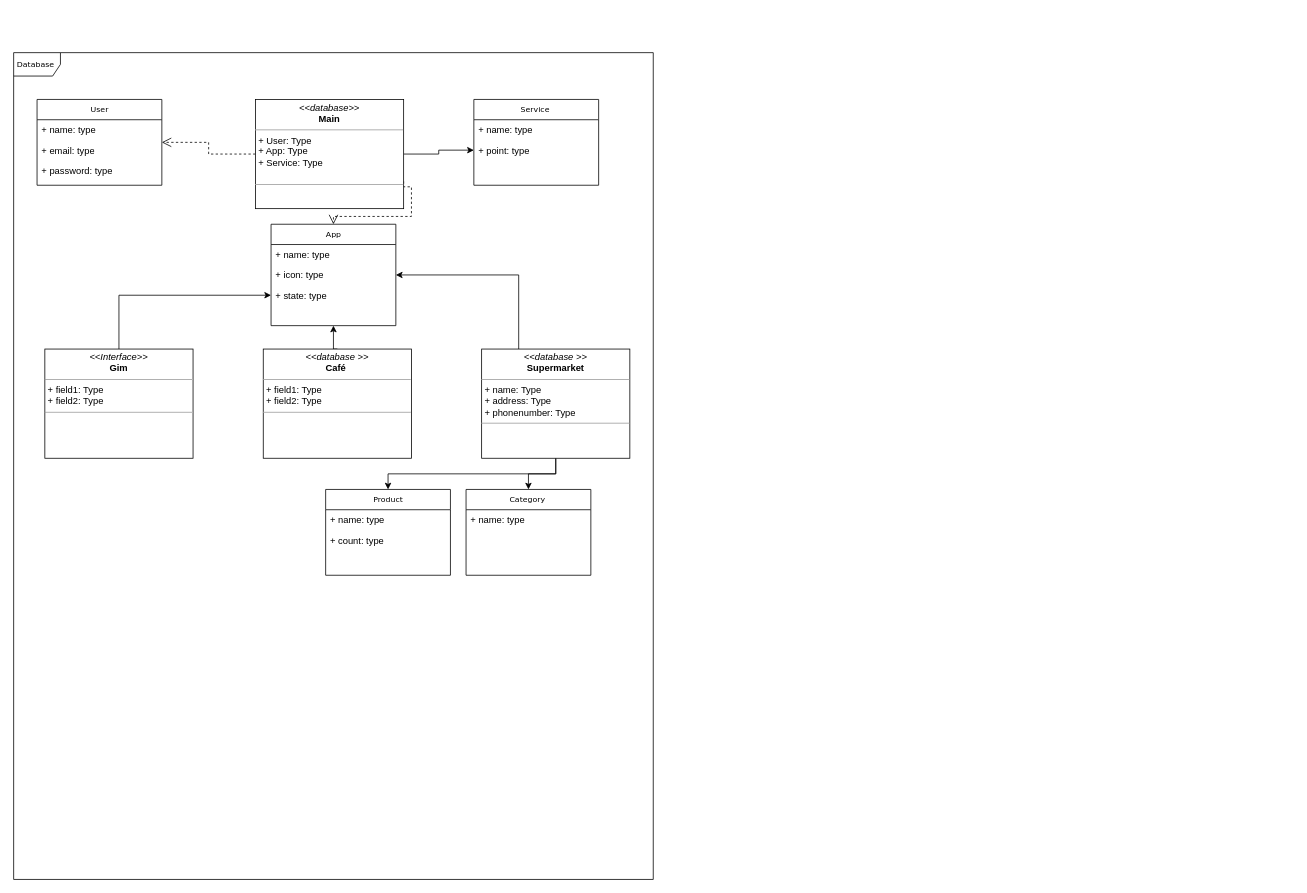
Before: Untitled Diagram.drawio in HassanKadhim/E-Tech, a draw.io diagram. Source tidied: cells renumbered, new cells numbered last; positions are measured from the earlier drawing's top-left corner, leaving out a move shared by most shapes. Both pictures are drawn from the tidied source at 78%, with x=0, y=0 at pixel (13, 52).
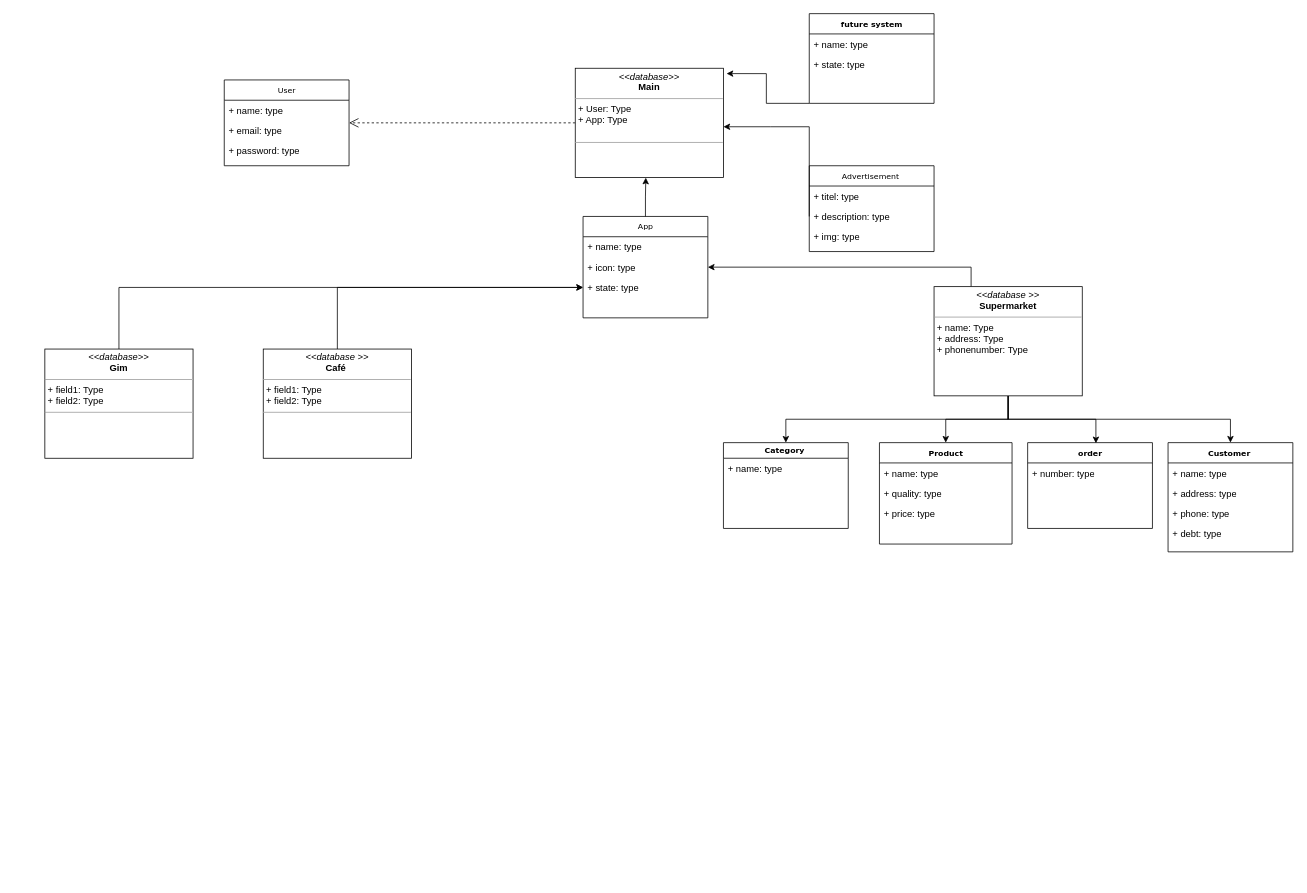
The same diagram, later.

Unchanged cells that the change refers to:
```xml
<mxCell id="10" value="+ state: type" style="text;html=1;strokeColor=none;fillColor=none;align=left;verticalAlign=top;spacingLeft=4;spacingRight=4;whiteSpace=wrap;overflow=hidden;points=[[0,0.5],[1,0.5]];portConstraint=eastwest;" parent="7" vertex="1">
  <mxGeometry y="78" width="160" height="26" as="geometry" />
</mxCell>
<mxCell id="20" value="&lt;p style=&quot;margin:0px;margin-top:4px;text-align:center;&quot;&gt;&lt;i&gt;&amp;lt;&amp;lt;database &amp;gt;&amp;gt;&lt;/i&gt;&lt;br&gt;&lt;b&gt;Café&amp;nbsp;&lt;/b&gt;&lt;/p&gt;&lt;hr size=&quot;1&quot;&gt;&lt;p style=&quot;margin:0px;margin-left:4px;&quot;&gt;+ field1: Type&lt;br&gt;+ field2: Type&lt;/p&gt;&lt;hr size=&quot;1&quot;&gt;&lt;p style=&quot;margin:0px;margin-left:4px;&quot;&gt;&lt;br&gt;&lt;/p&gt;" style="verticalAlign=top;align=left;overflow=fill;fontSize=12;fontFamily=Helvetica;html=1;rounded=0;shadow=0;comic=0;labelBackgroundColor=none;strokeWidth=1;" parent="1" vertex="1">
  <mxGeometry x="320" y="380" width="190" height="140" as="geometry" />
</mxCell>
```

The edit, as a diff of the source:
```diff
@@
-    <mxCell id="2" value="Database&amp;nbsp;" style="shape=umlFrame;whiteSpace=wrap;html=1;rounded=0;shadow=0;comic=0;labelBackgroundColor=none;strokeWidth=1;fontFamily=Verdana;fontSize=10;align=center;" parent="1" vertex="1">
-      <mxGeometry width="820" height="1060" as="geometry" />
-    </mxCell>
     <mxCell id="3" value="User" style="swimlane;html=1;fontStyle=0;horizontal=1;startSize=26;fillColor=none;swimlaneFillColor=#ffffff;rounded=0;shadow=0;comic=0;labelBackgroundColor=none;strokeWidth=1;fontFamily=Verdana;fontSize=10;align=center;" parent="1" vertex="1">
-      <mxGeometry x="30" y="60" width="160" height="110" as="geometry" />
+      <mxGeometry x="270" y="35" width="160" height="110" as="geometry" />
     </mxCell>
@@
+    <mxCell id="31" style="edgeStyle=orthogonalEdgeStyle;rounded=0;jettySize=auto;html=1;exitX=0.5;exitY=0;exitDx=0;exitDy=0;entryX=0.476;entryY=1.002;entryDx=0;entryDy=0;entryPerimeter=0;" parent="1" edge="1" source="7" target="18">
+      <mxGeometry relative="1" as="geometry" />
+    </mxCell>
     <mxCell id="7" value="App" style="swimlane;html=1;fontStyle=0;horizontal=1;startSize=26;fillColor=none;swimlaneFillColor=#ffffff;rounded=0;shadow=0;comic=0;labelBackgroundColor=none;strokeWidth=1;fontFamily=Verdana;fontSize=10;align=center;" parent="1" vertex="1">
-      <mxGeometry x="330" y="220" width="160" height="130" as="geometry" />
+      <mxGeometry x="730" y="210" width="160" height="130" as="geometry" />
     </mxCell>
@@
+    <mxCell id="32" style="edgeStyle=orthogonalEdgeStyle;rounded=0;jettySize=auto;html=1;exitX=0.5;exitY=1;exitDx=0;exitDy=0;entryX=0.547;entryY=0.007;entryDx=0;entryDy=0;entryPerimeter=0;" parent="1" edge="1" source="14" target="35">
+      <mxGeometry relative="1" as="geometry" />
+    </mxCell>
+    <mxCell id="33" style="edgeStyle=orthogonalEdgeStyle;rounded=0;jettySize=auto;html=1;exitX=0.5;exitY=1;exitDx=0;exitDy=0;entryX=0.5;entryY=0;entryDx=0;entryDy=0;" parent="1" edge="1" source="14" target="42">
+      <mxGeometry relative="1" as="geometry" />
+    </mxCell>
-    <mxCell id="14" value="&lt;p style=&quot;margin:0px;margin-top:4px;text-align:center;&quot;&gt;&lt;i&gt;&amp;lt;&amp;lt;database &amp;gt;&amp;gt;&lt;/i&gt;&lt;br&gt;&lt;b&gt;Supermarket&lt;/b&gt;&lt;/p&gt;&lt;hr size=&quot;1&quot;&gt;&lt;p style=&quot;margin:0px;margin-left:4px;&quot;&gt;+ name: Type&lt;br&gt;+ address: Type&lt;/p&gt;&lt;p style=&quot;margin:0px;margin-left:4px;&quot;&gt;+ phonenumber: Type&lt;br&gt;&lt;/p&gt;&lt;hr size=&quot;1&quot;&gt;&lt;p style=&quot;margin:0px;margin-left:4px;&quot;&gt;&lt;br&gt;&lt;/p&gt;" style="verticalAlign=top;align=left;overflow=fill;fontSize=12;fontFamily=Helvetica;html=1;rounded=0;shadow=0;comic=0;labelBackgroundColor=none;strokeWidth=1;" parent="1" vertex="1">
-      <mxGeometry x="600" y="380" width="190" height="140" as="geometry" />
+    <mxCell id="14" value="&lt;p style=&quot;margin:0px;margin-top:4px;text-align:center;&quot;&gt;&lt;i&gt;&amp;lt;&amp;lt;database &amp;gt;&amp;gt;&lt;/i&gt;&lt;br&gt;&lt;b&gt;Supermarket&lt;/b&gt;&lt;/p&gt;&lt;hr size=&quot;1&quot;&gt;&lt;p style=&quot;margin:0px;margin-left:4px;&quot;&gt;+ name: Type&lt;br&gt;+ address: Type&lt;/p&gt;&lt;p style=&quot;margin:0px;margin-left:4px;&quot;&gt;+ phonenumber: Type&lt;br&gt;&lt;/p&gt;&lt;p style=&quot;margin:0px;margin-left:4px;&quot;&gt;&lt;br&gt;&lt;/p&gt;" style="verticalAlign=top;align=left;overflow=fill;fontSize=12;fontFamily=Helvetica;html=1;rounded=0;shadow=0;comic=0;labelBackgroundColor=none;strokeWidth=1;" parent="1" vertex="1">
+      <mxGeometry x="1180" y="300" width="190" height="140" as="geometry" />
     </mxCell>
@@
-    <mxCell id="16" style="edgeStyle=orthogonalEdgeStyle;rounded=0;html=1;exitX=1;exitY=0.75;dashed=1;labelBackgroundColor=none;startFill=0;endArrow=open;endFill=0;endSize=10;fontFamily=Verdana;fontSize=10;" parent="1" edge="1" source="18" target="7">
-      <mxGeometry relative="1" as="geometry">
-        <Array as="points">
-          <mxPoint x="500" y="172" />
-          <mxPoint x="510" y="172" />
-          <mxPoint x="510" y="210" />
-          <mxPoint x="410" y="210" />
-        </Array>
-      </mxGeometry>
-    </mxCell>
-    <mxCell id="17" style="edgeStyle=orthogonalEdgeStyle;rounded=0;jettySize=auto;html=1;exitX=1;exitY=0.5;exitDx=0;exitDy=0;entryX=0;entryY=0.5;entryDx=0;entryDy=0;" parent="1" edge="1" source="18" target="25">
-      <mxGeometry relative="1" as="geometry" />
-    </mxCell>
-    <mxCell id="18" value="&lt;p style=&quot;margin:0px;margin-top:4px;text-align:center;&quot;&gt;&lt;i&gt;&amp;lt;&amp;lt;database&amp;gt;&amp;gt;&lt;/i&gt;&lt;br&gt;&lt;b&gt;Main&lt;/b&gt;&lt;/p&gt;&lt;hr size=&quot;1&quot;&gt;&lt;p style=&quot;margin:0px;margin-left:4px;&quot;&gt;+ User: Type&lt;br&gt;+ App: Type&lt;/p&gt;&lt;p style=&quot;margin:0px;margin-left:4px;&quot;&gt;+ Service: Type&lt;br&gt;&lt;/p&gt;&lt;div&gt;&lt;br&gt;&lt;/div&gt;&lt;hr size=&quot;1&quot;&gt;&lt;p style=&quot;margin:0px;margin-left:4px;&quot;&gt;&lt;br&gt;&lt;/p&gt;" style="verticalAlign=top;align=left;overflow=fill;fontSize=12;fontFamily=Helvetica;html=1;rounded=0;shadow=0;comic=0;labelBackgroundColor=none;strokeWidth=1;" parent="1" vertex="1">
-      <mxGeometry x="310" y="60" width="190" height="140" as="geometry" />
+    <mxCell id="18" value="&lt;p style=&quot;margin:0px;margin-top:4px;text-align:center;&quot;&gt;&lt;i&gt;&amp;lt;&amp;lt;database&amp;gt;&amp;gt;&lt;/i&gt;&lt;br&gt;&lt;b&gt;Main&lt;/b&gt;&lt;/p&gt;&lt;hr size=&quot;1&quot;&gt;&lt;p style=&quot;margin:0px;margin-left:4px;&quot;&gt;+ User: Type&lt;br&gt;+ App: Type&lt;/p&gt;&lt;p style=&quot;margin:0px;margin-left:4px;&quot;&gt;&lt;br&gt;&lt;/p&gt;&lt;hr size=&quot;1&quot;&gt;&lt;p style=&quot;margin:0px;margin-left:4px;&quot;&gt;&lt;br&gt;&lt;/p&gt;" style="verticalAlign=top;align=left;overflow=fill;fontSize=12;fontFamily=Helvetica;html=1;rounded=0;shadow=0;comic=0;labelBackgroundColor=none;strokeWidth=1;" parent="1" vertex="1">
+      <mxGeometry x="720" y="20" width="190" height="140" as="geometry" />
     </mxCell>
-    <mxCell id="19" style="edgeStyle=orthogonalEdgeStyle;rounded=0;jettySize=auto;html=1;exitX=0.5;exitY=0;exitDx=0;exitDy=0;entryX=0.5;entryY=1;entryDx=0;entryDy=0;" parent="1" edge="1" source="20" target="7">
+    <mxCell id="19" style="edgeStyle=orthogonalEdgeStyle;rounded=0;jettySize=auto;html=1;exitX=0.5;exitY=0;exitDx=0;exitDy=0;entryX=0;entryY=0.5;entryDx=0;entryDy=0;" parent="1" edge="1" source="20" target="10">
       <mxGeometry relative="1" as="geometry" />
     </mxCell>
@@
-    <mxCell id="22" value="&lt;p style=&quot;margin:0px;margin-top:4px;text-align:center;&quot;&gt;&lt;i&gt;&amp;lt;&amp;lt;Interface&amp;gt;&amp;gt;&lt;/i&gt;&lt;br&gt;&lt;b&gt;Gim&lt;/b&gt;&lt;/p&gt;&lt;hr size=&quot;1&quot;&gt;&lt;p style=&quot;margin:0px;margin-left:4px;&quot;&gt;+ field1: Type&lt;br&gt;+ field2: Type&lt;/p&gt;&lt;hr size=&quot;1&quot;&gt;&lt;p style=&quot;margin:0px;margin-left:4px;&quot;&gt;&lt;br&gt;&lt;/p&gt;" style="verticalAlign=top;align=left;overflow=fill;fontSize=12;fontFamily=Helvetica;html=1;rounded=0;shadow=0;comic=0;labelBackgroundColor=none;strokeWidth=1;" parent="1" vertex="1">
+    <mxCell id="22" value="&lt;p style=&quot;margin:0px;margin-top:4px;text-align:center;&quot;&gt;&lt;i&gt;&amp;lt;&amp;lt;&lt;/i&gt;&lt;i&gt;database&lt;/i&gt;&lt;i&gt;&amp;gt;&amp;gt;&lt;/i&gt;&lt;br&gt;&lt;b&gt;Gim&lt;/b&gt;&lt;/p&gt;&lt;hr size=&quot;1&quot;&gt;&lt;p style=&quot;margin:0px;margin-left:4px;&quot;&gt;+ field1: Type&lt;br&gt;+ field2: Type&lt;/p&gt;&lt;hr size=&quot;1&quot;&gt;&lt;p style=&quot;margin:0px;margin-left:4px;&quot;&gt;&lt;br&gt;&lt;/p&gt;" style="verticalAlign=top;align=left;overflow=fill;fontSize=12;fontFamily=Helvetica;html=1;rounded=0;shadow=0;comic=0;labelBackgroundColor=none;strokeWidth=1;" parent="1" vertex="1">
       <mxGeometry x="40" y="380" width="190" height="140" as="geometry" />
     </mxCell>
-    <mxCell id="23" value="Service&amp;nbsp;" style="swimlane;html=1;fontStyle=0;horizontal=1;startSize=26;fillColor=none;swimlaneFillColor=#ffffff;rounded=0;shadow=0;comic=0;labelBackgroundColor=none;strokeWidth=1;fontFamily=Verdana;fontSize=10;align=center;" parent="1" vertex="1">
-      <mxGeometry x="590" y="60" width="160" height="110" as="geometry" />
-    </mxCell>
-    <mxCell id="24" value="+ name: type" style="text;html=1;strokeColor=none;fillColor=none;align=left;verticalAlign=top;spacingLeft=4;spacingRight=4;whiteSpace=wrap;overflow=hidden;" parent="23" vertex="1">
-      <mxGeometry y="26" width="160" height="26" as="geometry" />
-    </mxCell>
-    <mxCell id="25" value="+ point: type" style="text;html=1;strokeColor=none;fillColor=none;align=left;verticalAlign=top;spacingLeft=4;spacingRight=4;whiteSpace=wrap;overflow=hidden;points=[[0,0.5],[1,0.5]];portConstraint=eastwest;" parent="23" vertex="1">
-      <mxGeometry y="52" width="160" height="26" as="geometry" />
-    </mxCell>
-    <mxCell id="26" value="Product" style="swimlane;html=1;fontStyle=0;horizontal=1;startSize=26;fillColor=none;swimlaneFillColor=#ffffff;rounded=0;shadow=0;comic=0;labelBackgroundColor=none;strokeWidth=1;fontFamily=Verdana;fontSize=10;align=center;" parent="1" vertex="1">
-      <mxGeometry x="400" y="560" width="160" height="110" as="geometry" />
+    <mxCell id="26" value="&lt;b&gt;Product&lt;/b&gt;" style="swimlane;html=1;fontStyle=0;horizontal=1;startSize=26;fillColor=none;swimlaneFillColor=#ffffff;rounded=0;shadow=0;comic=0;labelBackgroundColor=none;strokeWidth=1;fontFamily=Verdana;fontSize=10;align=center;" parent="1" vertex="1">
+      <mxGeometry x="1110" y="500" width="170" height="130" as="geometry" />
     </mxCell>
     <mxCell id="27" value="+ name: type" style="text;html=1;strokeColor=none;fillColor=none;align=left;verticalAlign=top;spacingLeft=4;spacingRight=4;whiteSpace=wrap;overflow=hidden;" parent="26" vertex="1">
-      <mxGeometry y="26" width="160" height="26" as="geometry" />
+      <mxGeometry y="26" width="170" height="26" as="geometry" />
     </mxCell>
-    <mxCell id="28" value="+ count: type" style="text;html=1;strokeColor=none;fillColor=none;align=left;verticalAlign=top;spacingLeft=4;spacingRight=4;whiteSpace=wrap;overflow=hidden;" parent="26" vertex="1">
-      <mxGeometry y="52" width="160" height="26" as="geometry" />
+    <mxCell id="28" value="+ quality: type" style="text;html=1;strokeColor=none;fillColor=none;align=left;verticalAlign=top;spacingLeft=4;spacingRight=4;whiteSpace=wrap;overflow=hidden;" parent="26" vertex="1">
+      <mxGeometry y="52" width="170" height="26" as="geometry" />
     </mxCell>
+    <mxCell id="34" value="+ price: type" style="text;html=1;strokeColor=none;fillColor=none;align=left;verticalAlign=top;spacingLeft=4;spacingRight=4;whiteSpace=wrap;overflow=hidden;" parent="26" vertex="1">
+      <mxGeometry y="78" width="170" height="26" as="geometry" />
+    </mxCell>
-    <mxCell id="29" value="Category&amp;nbsp;" style="swimlane;html=1;fontStyle=0;horizontal=1;startSize=26;fillColor=none;swimlaneFillColor=#ffffff;rounded=0;shadow=0;comic=0;labelBackgroundColor=none;strokeWidth=1;fontFamily=Verdana;fontSize=10;align=center;" parent="1" vertex="1">
-      <mxGeometry x="580" y="560" width="160" height="110" as="geometry" />
+    <mxCell id="29" value="&lt;b&gt;Category&amp;nbsp;&lt;/b&gt;" style="swimlane;html=1;fontStyle=0;horizontal=1;startSize=20;fillColor=none;swimlaneFillColor=#ffffff;rounded=0;shadow=0;comic=0;labelBackgroundColor=none;strokeWidth=1;fontFamily=Verdana;fontSize=10;align=center;" parent="1" vertex="1">
+      <mxGeometry x="910" y="500" width="160" height="110" as="geometry" />
     </mxCell>
     <mxCell id="30" value="+ name: type" style="text;html=1;strokeColor=none;fillColor=none;align=left;verticalAlign=top;spacingLeft=4;spacingRight=4;whiteSpace=wrap;overflow=hidden;" parent="29" vertex="1">
-      <mxGeometry y="26" width="160" height="26" as="geometry" />
+      <mxGeometry y="20" width="160" height="26" as="geometry" />
     </mxCell>
+    <mxCell id="35" value="&lt;b&gt;order&lt;/b&gt;" style="swimlane;html=1;fontStyle=0;horizontal=1;startSize=26;fillColor=none;swimlaneFillColor=#ffffff;rounded=0;shadow=0;comic=0;labelBackgroundColor=none;strokeWidth=1;fontFamily=Verdana;fontSize=10;align=center;" parent="1" vertex="1">
+      <mxGeometry x="1300" y="500" width="160" height="110" as="geometry" />
+    </mxCell>
+    <mxCell id="36" value="+ number: type" style="text;html=1;strokeColor=none;fillColor=none;align=left;verticalAlign=top;spacingLeft=4;spacingRight=4;whiteSpace=wrap;overflow=hidden;" parent="35" vertex="1">
+      <mxGeometry y="26" width="160" height="26" as="geometry" />
+    </mxCell>
+    <mxCell id="37" value="Advertisement&amp;nbsp;" style="swimlane;html=1;fontStyle=0;horizontal=1;startSize=26;fillColor=none;swimlaneFillColor=#ffffff;rounded=0;shadow=0;comic=0;labelBackgroundColor=none;strokeWidth=1;fontFamily=Verdana;fontSize=10;align=center;" parent="1" vertex="1">
+      <mxGeometry x="1020" y="145" width="160" height="110" as="geometry" />
+    </mxCell>
+    <mxCell id="38" value="+ titel: type" style="text;html=1;strokeColor=none;fillColor=none;align=left;verticalAlign=top;spacingLeft=4;spacingRight=4;whiteSpace=wrap;overflow=hidden;" parent="37" vertex="1">
+      <mxGeometry y="26" width="160" height="26" as="geometry" />
+    </mxCell>
+    <mxCell id="39" value="+ description: type" style="text;html=1;strokeColor=none;fillColor=none;align=left;verticalAlign=top;spacingLeft=4;spacingRight=4;whiteSpace=wrap;overflow=hidden;points=[[0,0.5],[1,0.5]];portConstraint=eastwest;" parent="37" vertex="1">
+      <mxGeometry y="52" width="160" height="26" as="geometry" />
+    </mxCell>
+    <mxCell id="40" value="+ img: type" style="text;html=1;strokeColor=none;fillColor=none;align=left;verticalAlign=top;spacingLeft=4;spacingRight=4;whiteSpace=wrap;overflow=hidden;" parent="37" vertex="1">
+      <mxGeometry y="78" width="160" height="26" as="geometry" />
+    </mxCell>
+    <mxCell id="41" style="edgeStyle=orthogonalEdgeStyle;rounded=0;jettySize=auto;html=1;exitX=0;exitY=0.5;exitDx=0;exitDy=0;" parent="1" edge="1" source="39" target="18">
+      <mxGeometry relative="1" as="geometry">
+        <Array as="points">
+          <mxPoint x="970" y="95" />
+          <mxPoint x="970" y="95" />
+        </Array>
+      </mxGeometry>
+    </mxCell>
+    <mxCell id="42" value="&lt;b&gt;Customer&amp;nbsp;&lt;/b&gt;" style="swimlane;html=1;fontStyle=0;horizontal=1;startSize=26;fillColor=none;swimlaneFillColor=#ffffff;rounded=0;shadow=0;comic=0;labelBackgroundColor=none;strokeWidth=1;fontFamily=Verdana;fontSize=10;align=center;" parent="1" vertex="1">
+      <mxGeometry x="1480" y="500" width="160" height="140" as="geometry" />
+    </mxCell>
+    <mxCell id="43" value="+ name: type" style="text;html=1;strokeColor=none;fillColor=none;align=left;verticalAlign=top;spacingLeft=4;spacingRight=4;whiteSpace=wrap;overflow=hidden;" parent="42" vertex="1">
+      <mxGeometry y="26" width="160" height="26" as="geometry" />
+    </mxCell>
+    <mxCell id="44" value="+ address: type" style="text;html=1;strokeColor=none;fillColor=none;align=left;verticalAlign=top;spacingLeft=4;spacingRight=4;whiteSpace=wrap;overflow=hidden;" parent="42" vertex="1">
+      <mxGeometry y="52" width="160" height="26" as="geometry" />
+    </mxCell>
+    <mxCell id="45" value="+ phone: type" style="text;html=1;strokeColor=none;fillColor=none;align=left;verticalAlign=top;spacingLeft=4;spacingRight=4;whiteSpace=wrap;overflow=hidden;" parent="42" vertex="1">
+      <mxGeometry y="78" width="160" height="26" as="geometry" />
+    </mxCell>
+    <mxCell id="46" value="+ debt: type" style="text;html=1;strokeColor=none;fillColor=none;align=left;verticalAlign=top;spacingLeft=4;spacingRight=4;whiteSpace=wrap;overflow=hidden;" parent="42" vertex="1">
+      <mxGeometry y="104" width="160" height="26" as="geometry" />
+    </mxCell>
+    <mxCell id="47" style="edgeStyle=orthogonalEdgeStyle;rounded=0;jettySize=auto;html=1;exitX=0;exitY=1;exitDx=0;exitDy=0;entryX=1.021;entryY=0.049;entryDx=0;entryDy=0;entryPerimeter=0;" parent="1" edge="1" source="48" target="18">
+      <mxGeometry relative="1" as="geometry">
+        <Array as="points">
+          <mxPoint x="965" y="65" />
+          <mxPoint x="965" y="27" />
+        </Array>
+      </mxGeometry>
+    </mxCell>
+    <mxCell id="48" value="&lt;b&gt;future system&lt;/b&gt;" style="swimlane;html=1;fontStyle=0;horizontal=1;startSize=26;fillColor=none;swimlaneFillColor=#ffffff;rounded=0;shadow=0;comic=0;labelBackgroundColor=none;strokeWidth=1;fontFamily=Verdana;fontSize=10;align=center;" parent="1" vertex="1">
+      <mxGeometry x="1020" y="-50" width="160" height="115" as="geometry" />
+    </mxCell>
+    <mxCell id="49" value="+ name: type" style="text;html=1;strokeColor=none;fillColor=none;align=left;verticalAlign=top;spacingLeft=4;spacingRight=4;whiteSpace=wrap;overflow=hidden;" parent="48" vertex="1">
+      <mxGeometry y="26" width="160" height="26" as="geometry" />
+    </mxCell>
+    <mxCell id="50" value="+ state: type" style="text;html=1;strokeColor=none;fillColor=none;align=left;verticalAlign=top;spacingLeft=4;spacingRight=4;whiteSpace=wrap;overflow=hidden;" parent="48" vertex="1">
+      <mxGeometry y="52" width="160" height="26" as="geometry" />
+    </mxCell>
```
